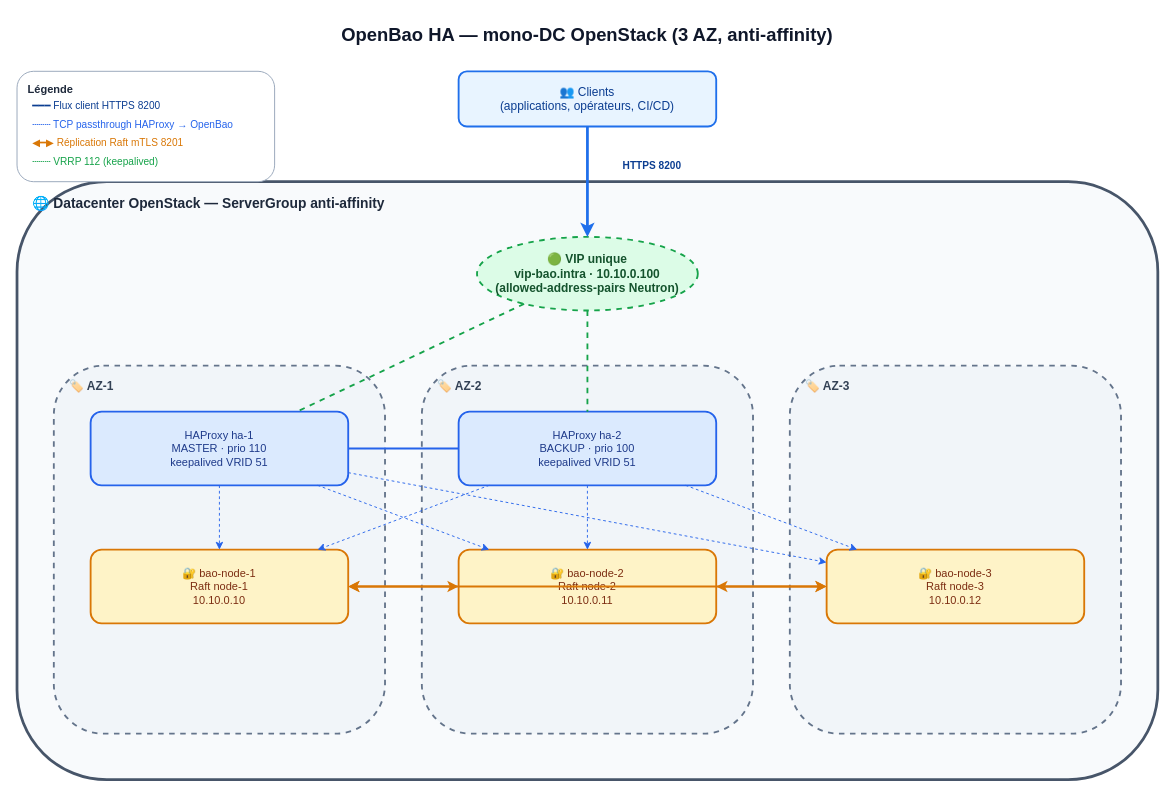
Above: openbao-ha/docs/architecture.drawio in massinissa-boutrig/OpenBao (draw.io), before the change. Source tidied: cells renumbered, new cells numbered last; positions are measured from the earlier drawing's top-left corner, leaving out a move shared by most shapes. Both pictures are drawn from the tidied source at 92%, with x=0, y=0 at pixel (17, 16).
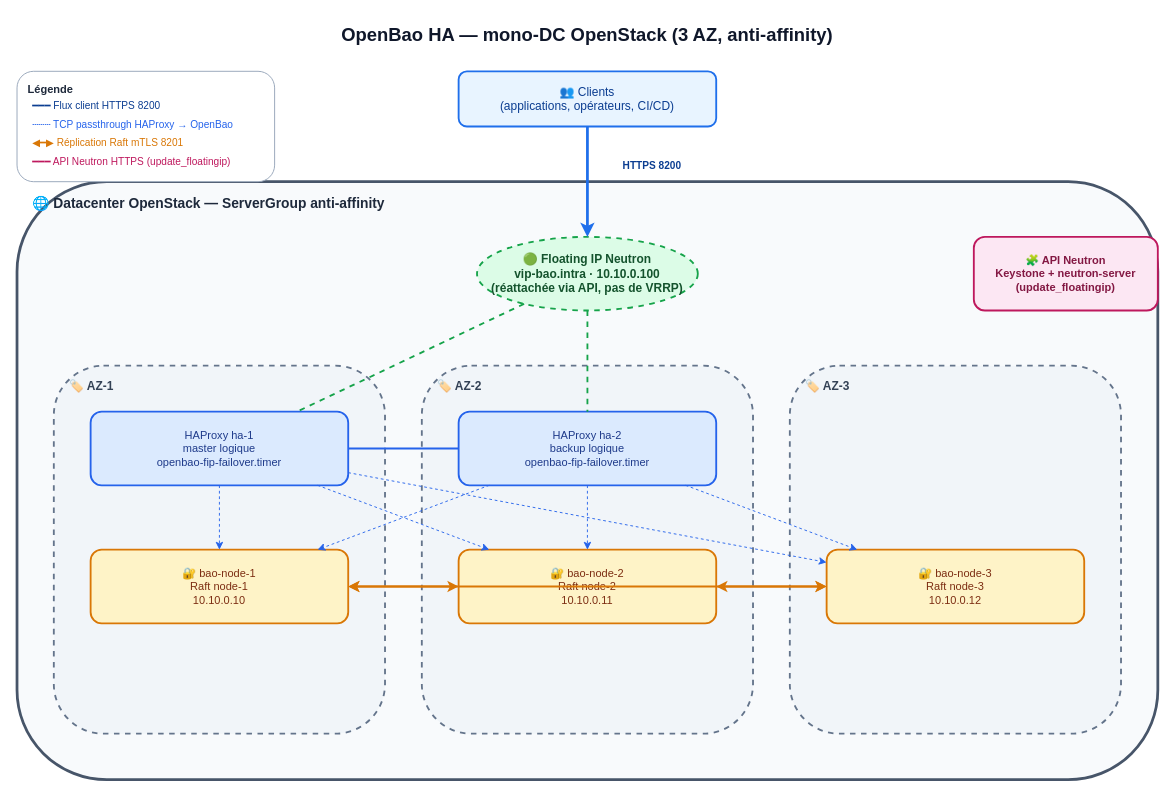
The same diagram, later.

Diff of the diagram source:
```diff
@@
-    <mxCell id="5" value="🟢 VIP unique&#10;vip-bao.intra · 10.10.0.100&#10;(allowed-address-pairs Neutron)" style="ellipse;whiteSpace=wrap;html=1;fillColor=#DCFCE7;strokeColor=#16A34A;strokeWidth=2;dashed=1;fontSize=13;fontStyle=1;fontColor=#14532D;" parent="1" vertex="1">
+    <mxCell id="5" value="🟢 Floating IP Neutron&#10;vip-bao.intra · 10.10.0.100&#10;(réattachée via API, pas de VRRP)" style="ellipse;whiteSpace=wrap;html=1;fillColor=#DCFCE7;strokeColor=#16A34A;strokeWidth=2;dashed=1;fontSize=13;fontStyle=1;fontColor=#14532D;" parent="1" vertex="1">
       <mxGeometry x="500" y="240" width="240" height="80" as="geometry" />
     </mxCell>
+    <mxCell id="33" value="🧩 API Neutron&#10;Keystone + neutron-server&#10;(update_floatingip)" style="rounded=1;whiteSpace=wrap;html=1;fillColor=#FCE7F3;strokeColor=#BE185D;strokeWidth=2;fontSize=12;fontStyle=1;fontColor=#831843;" parent="1" vertex="1">
+      <mxGeometry x="1040" y="240" width="200" height="80" as="geometry" />
+    </mxCell>
@@
-    <mxCell id="7" value="HAProxy ha-1&#10;MASTER · prio 110&#10;keepalived VRID 51" style="rounded=1;whiteSpace=wrap;html=1;fillColor=#DBEAFE;strokeColor=#2563EB;strokeWidth=2;fontSize=12;fontColor=#1E3A8A;" parent="1" vertex="1">
+    <mxCell id="7" value="HAProxy ha-1&#10;master logique&#10;openbao-fip-failover.timer" style="rounded=1;whiteSpace=wrap;html=1;fillColor=#DBEAFE;strokeColor=#2563EB;strokeWidth=2;fontSize=12;fontColor=#1E3A8A;" parent="1" vertex="1">
       <mxGeometry x="80" y="430" width="280" height="80" as="geometry" />
     </mxCell>
@@
-    <mxCell id="10" value="HAProxy ha-2&#10;BACKUP · prio 100&#10;keepalived VRID 51" style="rounded=1;whiteSpace=wrap;html=1;fillColor=#DBEAFE;strokeColor=#2563EB;strokeWidth=2;fontSize=12;fontColor=#1E3A8A;" parent="1" vertex="1">
+    <mxCell id="10" value="HAProxy ha-2&#10;backup logique&#10;openbao-fip-failover.timer" style="rounded=1;whiteSpace=wrap;html=1;fillColor=#DBEAFE;strokeColor=#2563EB;strokeWidth=2;fontSize=12;fontColor=#1E3A8A;" parent="1" vertex="1">
       <mxGeometry x="480" y="430" width="280" height="80" as="geometry" />
     </mxCell>
@@
-    <mxCell id="32" value="┄┄┄ VRRP 112 (keepalived)" style="text;html=1;align=left;fontSize=11;fontColor=#16A34A;" parent="1" vertex="1">
-      <mxGeometry x="15" y="145" width="250" height="18" as="geometry" />
-    </mxCell>
+    <mxCell id="34" value="━━━ API Neutron HTTPS (update_floatingip)" style="text;html=1;align=left;fontSize=11;fontColor=#BE185D;" parent="1" vertex="1">
+      <mxGeometry x="15" y="145" width="250" height="18" as="geometry" />
+    </mxCell>
```
